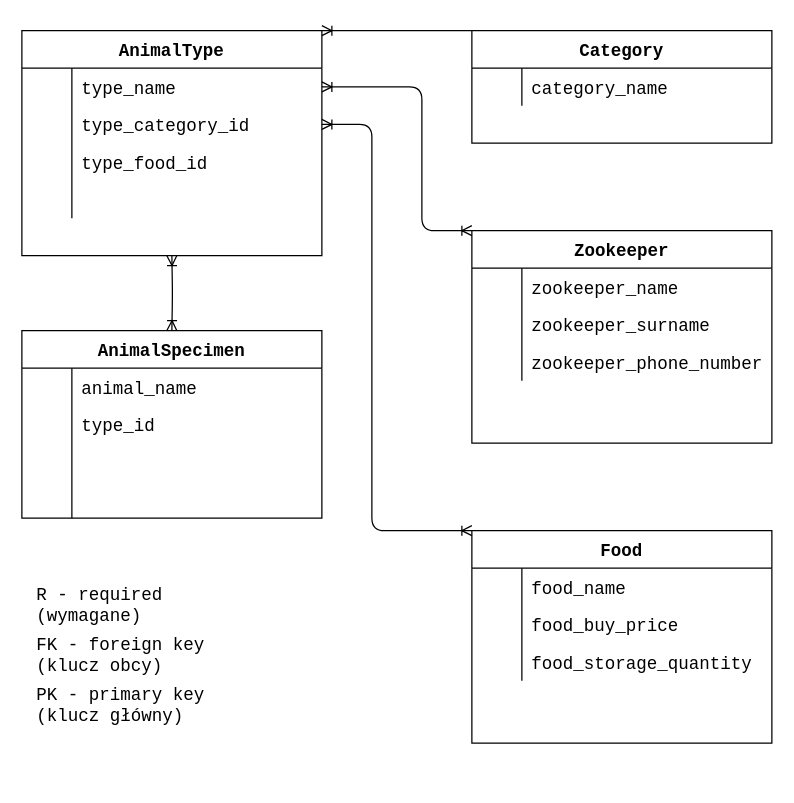
LukaszMichalsky/Project_TIU keeps this draw.io diagram as assets/diagrams/ERD.drawio. Above is the earlier version. Source tidied: cells renumbered, new cells numbered last; positions are measured from the earlier drawing's top-left corner, leaving out a move shared by most shapes. Both pictures are drawn from the tidied source at 125%, with x=0, y=0 at pixel (21, 30).
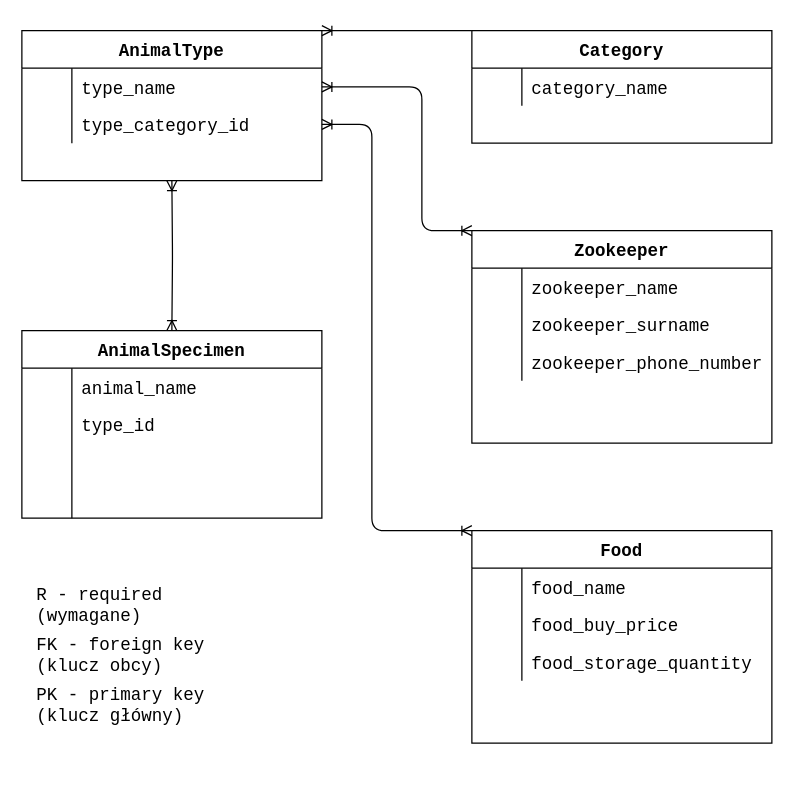
The same diagram, later.

Commit message:
Updated ERD diagram

Unchanged cells that the change refers to:
```xml
<mxCell id="28" style="group;fontFamily=Courier New;fontSize=14;" parent="1" vertex="1">
  <mxGeometry width="240" height="240" as="geometry" />
</mxCell>
```

Diff of the diagram source:
```diff
@@
     <mxCell id="29" value="AnimalType" style="shape=table;startSize=30;childLayout=tableLayout;rowLines=0;fontStyle=1;align=center;fontFamily=Courier New;fontSize=14;" parent="28" vertex="1">
-      <mxGeometry width="240" height="180" as="geometry" />
+      <mxGeometry width="240" height="120" as="geometry" />
     </mxCell>
@@
-    <mxCell id="36" style="shape=partialRectangle;fillColor=none;top=0;left=0;bottom=0;right=0;fontFamily=Courier New;fontSize=14;" parent="29" vertex="1">
-      <mxGeometry y="90" width="240" height="30" as="geometry" />
-    </mxCell>
-    <mxCell id="37" style="shape=partialRectangle;fillColor=none;top=0;left=0;bottom=0;right=0;overflow=hidden;fontFamily=Courier New;fontSize=14;" parent="36" vertex="1">
-      <mxGeometry width="40" height="30" as="geometry" />
-    </mxCell>
-    <mxCell id="38" value="type_food_id" style="shape=partialRectangle;fillColor=none;top=0;left=0;bottom=0;right=0;align=left;spacingLeft=6;overflow=hidden;fontFamily=Courier New;fontSize=14;" parent="36" vertex="1">
-      <mxGeometry x="40" width="200" height="30" as="geometry" />
-    </mxCell>
-    <mxCell id="39" style="shape=partialRectangle;fillColor=none;top=0;left=0;bottom=0;right=0;fontFamily=Courier New;fontSize=14;" parent="29" vertex="1">
-      <mxGeometry y="120" width="240" height="30" as="geometry" />
-    </mxCell>
-    <mxCell id="40" style="shape=partialRectangle;fillColor=none;top=0;left=0;bottom=0;right=0;overflow=hidden;fontFamily=Courier New;fontSize=14;" parent="39" vertex="1">
-      <mxGeometry width="40" height="30" as="geometry" />
-    </mxCell>
-    <mxCell id="41" style="shape=partialRectangle;fillColor=none;top=0;left=0;bottom=0;right=0;align=left;spacingLeft=6;overflow=hidden;fontFamily=Courier New;fontSize=14;" parent="39" vertex="1">
-      <mxGeometry x="40" width="200" height="30" as="geometry" />
-    </mxCell>
```
